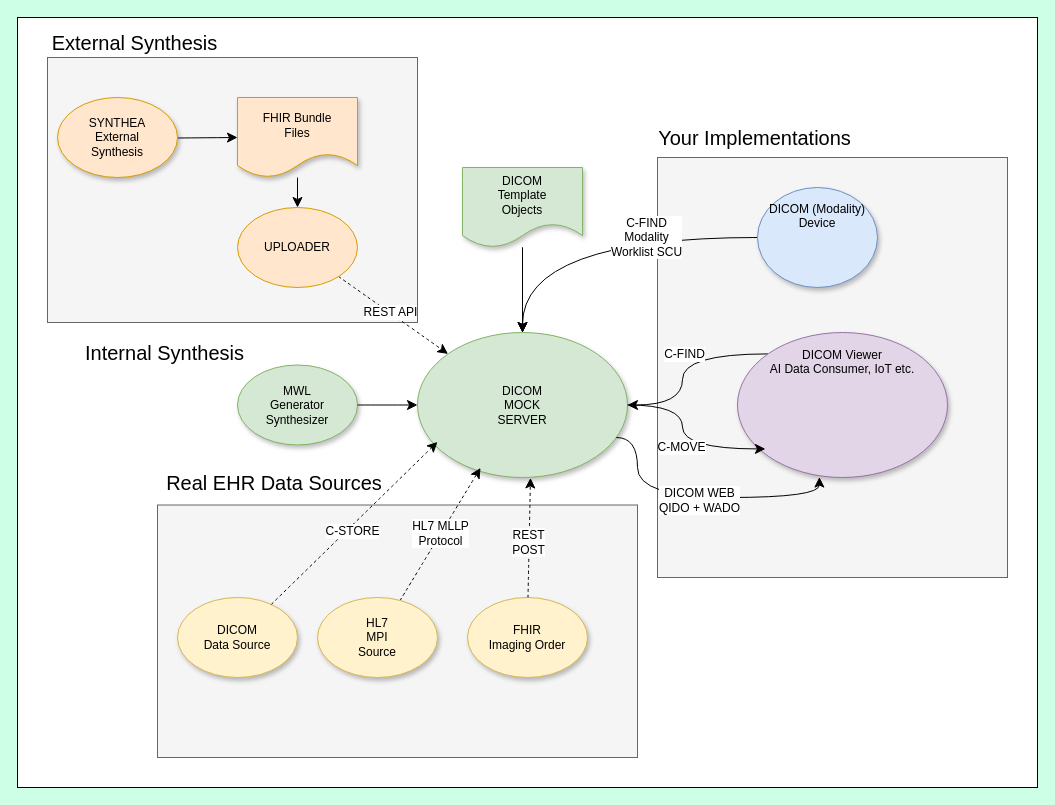
The draw.io diagram docs/design/Overall-System.drawio in gosmart-health/dicom-py-mock-server, before the edit. Source tidied: cells renumbered, new cells numbered last; positions are measured from the earlier drawing's top-left corner, leaving out a move shared by most shapes. Both pictures are drawn from the tidied source at 100%, with x=0, y=0 at pixel (17, 17).
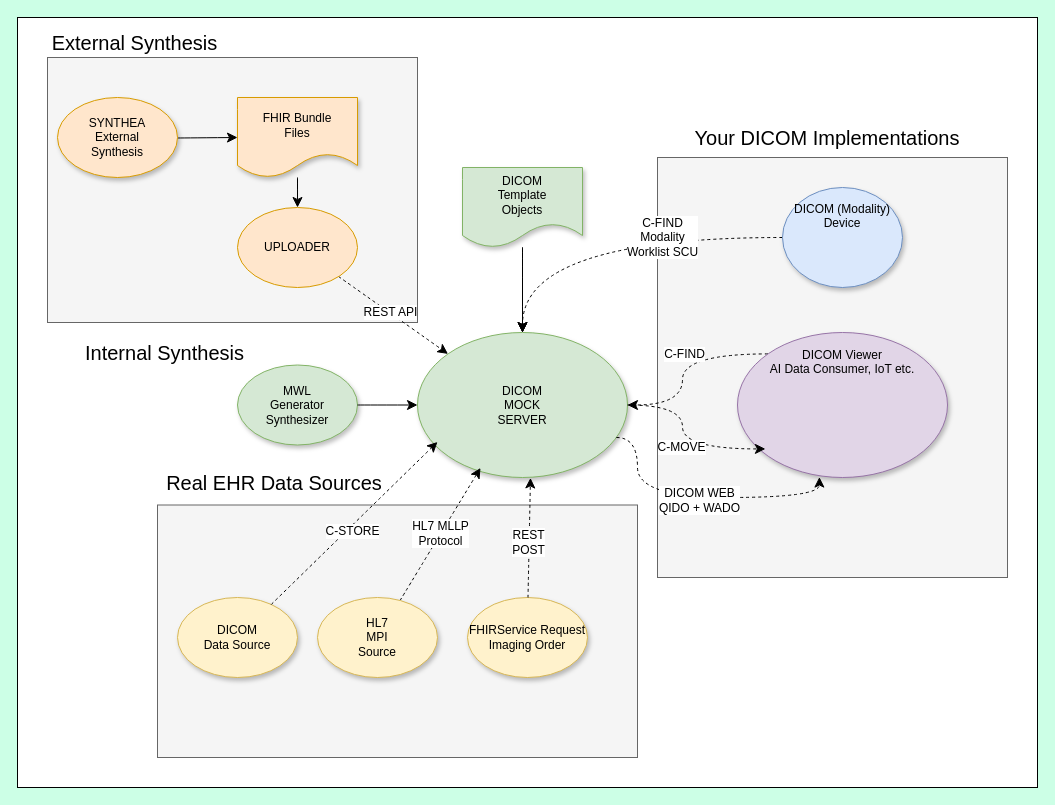
The same page after the edit.

Unchanged cells that the change refers to:
```xml
<mxCell id="8" value="DICOM&lt;br&gt;MOCK&lt;br&gt;SERVER" style="ellipse;whiteSpace=wrap;html=1;shapeInside=1;fillColor=#d5e8d4;strokeColor=#82b366;glass=1;shadow=1;" parent="1" vertex="1">
  <mxGeometry x="400" y="315" width="210" height="145" as="geometry" />
</mxCell>
<mxCell id="27" value="DICOM Viewer&lt;br&gt;AI Data Consumer, IoT etc.&lt;br&gt;&lt;br&gt;&lt;br&gt;&lt;br&gt;&lt;br&gt;&lt;br&gt;&lt;div&gt;&lt;br&gt;&lt;/div&gt;" style="ellipse;whiteSpace=wrap;html=1;shapeInside=1;fillColor=#e1d5e7;strokeColor=#9673a6;glass=1;shadow=1;" parent="1" vertex="1">
  <mxGeometry x="720" y="315" width="210" height="145" as="geometry" />
</mxCell>
```

What changed in the source:
```diff
@@
-    <mxCell id="22" value="FHIR&lt;br&gt;Imaging Order" style="ellipse;whiteSpace=wrap;html=1;shapeInside=1;fillColor=#fff2cc;strokeColor=#d6b656;glass=1;shadow=1;" parent="1" vertex="1">
+    <mxCell id="22" value="FHIRService Request&lt;br&gt;Imaging Order" style="ellipse;whiteSpace=wrap;html=1;shapeInside=1;fillColor=#fff2cc;strokeColor=#d6b656;glass=1;shadow=1;" parent="1" vertex="1">
       <mxGeometry x="450" y="580" width="120" height="80" as="geometry" />
     </mxCell>
@@
-    <mxCell id="25" style="edgeStyle=orthogonalEdgeStyle;curved=1;rounded=0;curveGeometry=1;jettySize=auto;html=1;entryX=1;entryY=0.5;entryDx=0;entryDy=0;fontSize=12;startSize=8;endSize=8;exitX=0;exitY=0;exitDx=0;exitDy=0;" parent="1" edge="1" source="27" target="8">
+    <mxCell id="25" style="edgeStyle=orthogonalEdgeStyle;curved=1;rounded=0;curveGeometry=1;jettySize=auto;html=1;entryX=1;entryY=0.5;entryDx=0;entryDy=0;fontSize=12;startSize=8;endSize=8;exitX=0;exitY=0;exitDx=0;exitDy=0;dashed=1;" parent="1" edge="1" source="27" target="8">
       <mxGeometry relative="1" as="geometry" />
     </mxCell>
@@
-    <mxCell id="28" style="edgeStyle=orthogonalEdgeStyle;curved=1;rounded=0;curveGeometry=1;jettySize=auto;html=1;entryX=0.133;entryY=0.803;entryDx=0;entryDy=0;entryPerimeter=0;fontSize=12;startSize=8;endSize=8;" parent="1" edge="1" source="8" target="27">
+    <mxCell id="28" style="edgeStyle=orthogonalEdgeStyle;curved=1;rounded=0;curveGeometry=1;jettySize=auto;html=1;entryX=0.133;entryY=0.803;entryDx=0;entryDy=0;entryPerimeter=0;fontSize=12;startSize=8;endSize=8;dashed=1;" parent="1" edge="1" source="8" target="27">
       <mxGeometry relative="1" as="geometry" />
     </mxCell>
@@
-    <mxCell id="30" style="edgeStyle=orthogonalEdgeStyle;curved=1;rounded=0;curveGeometry=1;jettySize=auto;html=1;entryX=0.39;entryY=0.997;entryDx=0;entryDy=0;entryPerimeter=0;fontSize=12;startSize=8;endSize=8;" parent="1" edge="1" source="8" target="27">
+    <mxCell id="30" style="edgeStyle=orthogonalEdgeStyle;curved=1;rounded=0;curveGeometry=1;jettySize=auto;html=1;entryX=0.39;entryY=0.997;entryDx=0;entryDy=0;entryPerimeter=0;fontSize=12;startSize=8;endSize=8;dashed=1;" parent="1" edge="1" source="8" target="27">
       <mxGeometry x="-0.07" relative="1" as="geometry">
         <Array as="points">
           <mxPoint x="620" y="420" />
           <mxPoint x="620" y="480" />
           <mxPoint x="801.9" y="480" />
         </Array>
       </mxGeometry>
     </mxCell>
@@
-    <mxCell id="32" style="edgeStyle=orthogonalEdgeStyle;curved=1;rounded=0;curveGeometry=1;jettySize=auto;html=1;fontSize=12;startSize=8;endSize=8;" parent="1" edge="1" source="34" target="8">
+    <mxCell id="32" style="edgeStyle=orthogonalEdgeStyle;curved=1;rounded=0;curveGeometry=1;jettySize=auto;html=1;fontSize=12;startSize=8;endSize=8;dashed=1;" parent="1" edge="1" source="34" target="8">
       <mxGeometry relative="1" as="geometry" />
     </mxCell>
@@
     <mxCell id="34" value="&lt;br&gt;DICOM (Modality) Device&lt;br&gt;&lt;br&gt;&lt;br&gt;&lt;br&gt;&lt;div&gt;&lt;br&gt;&lt;/div&gt;" style="ellipse;whiteSpace=wrap;html=1;shapeInside=1;fillColor=#dae8fc;strokeColor=#6c8ebf;glass=1;shadow=1;" parent="1" vertex="1">
-      <mxGeometry x="740" y="170" width="120" height="100" as="geometry" />
+      <mxGeometry x="765" y="170" width="120" height="100" as="geometry" />
     </mxCell>
@@
-    <mxCell id="40" value="&lt;span style=&quot;font-size: 20px;&quot;&gt;Your Implementations&lt;/span&gt;" style="text;html=1;whiteSpace=wrap;strokeColor=none;fillColor=none;align=center;verticalAlign=middle;rounded=0;" parent="1" vertex="1">
-      <mxGeometry x="640" y="105" width="195" height="30" as="geometry" />
+    <mxCell id="40" value="&lt;span style=&quot;font-size: 20px;&quot;&gt;Your DICOM Implementations&lt;/span&gt;" style="text;html=1;whiteSpace=wrap;strokeColor=none;fillColor=none;align=center;verticalAlign=middle;rounded=0;" parent="1" vertex="1">
+      <mxGeometry x="640" y="105" width="340" height="30" as="geometry" />
     </mxCell>
```
